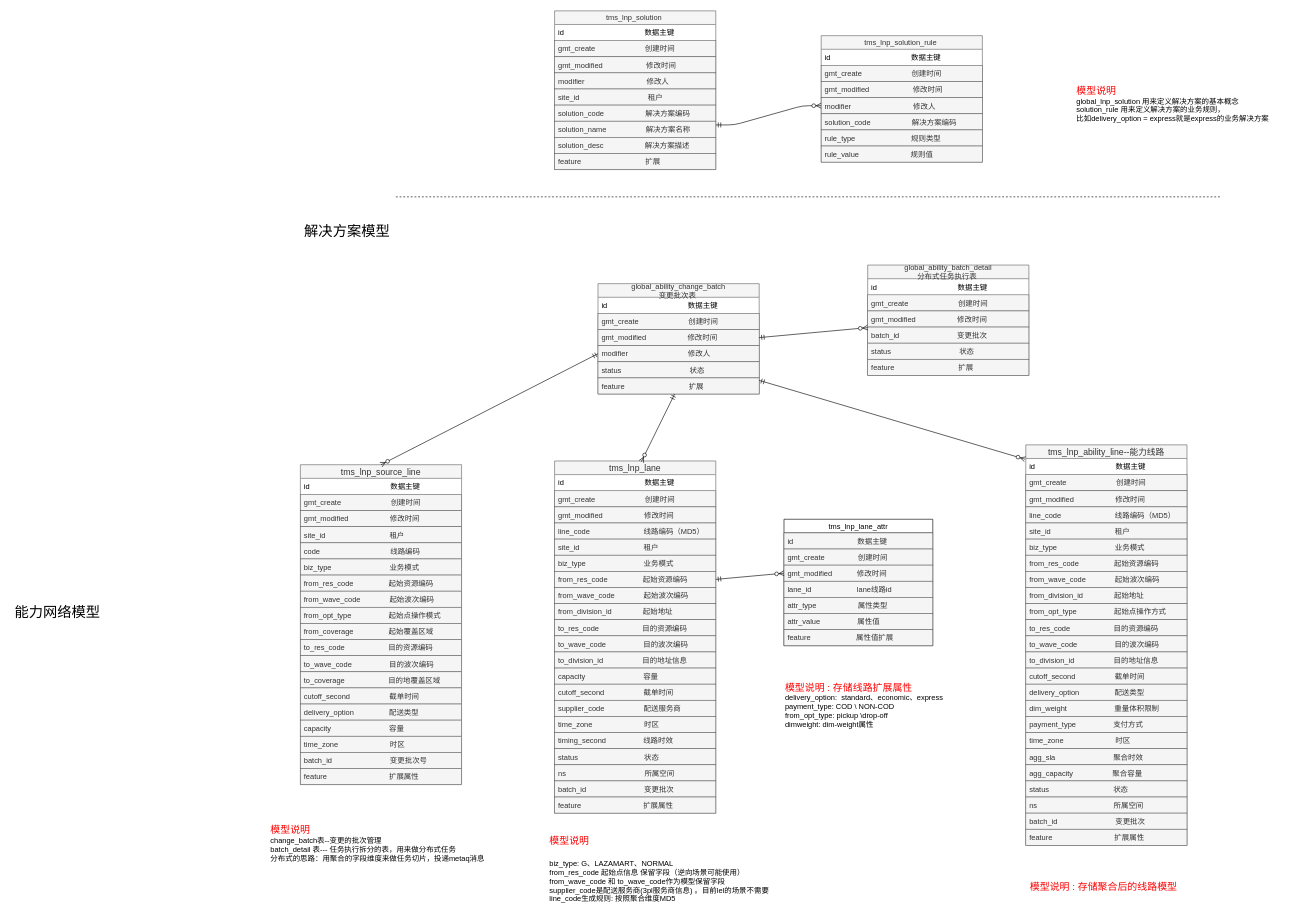
shaonianwu/cainiao keeps this draw.io diagram as lazada-能力层.drawio. Above is the earlier version. Source tidied: cells renumbered, new cells numbered last; positions are measured from the earlier drawing's top-left corner, leaving out a move shared by most shapes. Both pictures are drawn from the tidied source at 62%, with x=0, y=0 at pixel (11, 11).
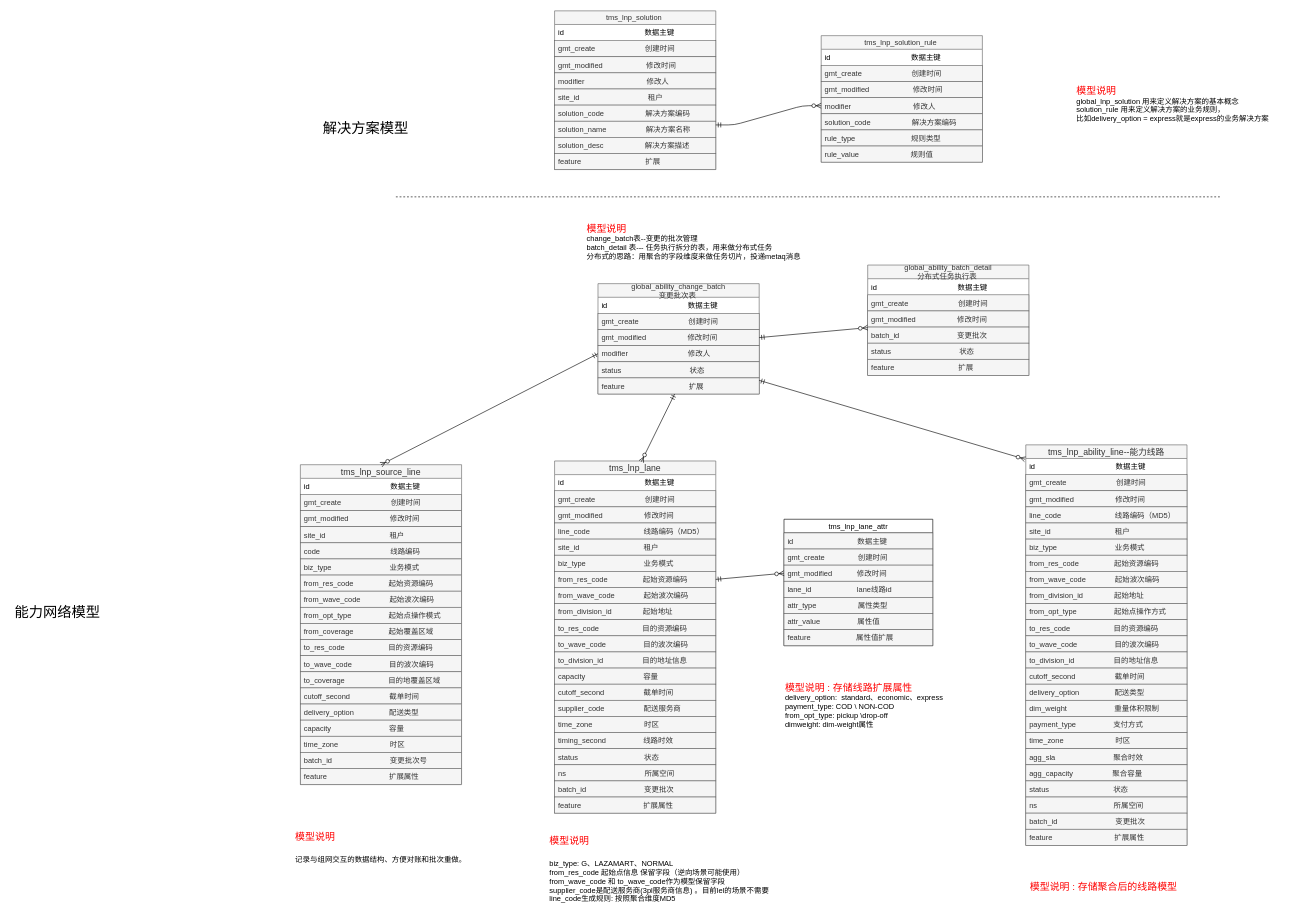
The same diagram, later.

What changed in the source:
```diff
@@
-    <mxCell id="50" value="&lt;div&gt;&lt;font style=&quot;font-size: 16px&quot; color=&quot;#ff0000&quot;&gt;模型说明&lt;/font&gt;&lt;/div&gt;&lt;div&gt;change_batch表--变更的批次管理&lt;/div&gt;&lt;div&gt;batch_detail 表--- 任务执行拆分的表，用来做分布式任务&lt;/div&gt;&lt;div&gt;分布式的思路：用聚合的字段维度来做任务切片，投递metaq消息&lt;/div&gt;&lt;div&gt;&lt;br&gt;&lt;/div&gt;" style="text;html=1;align=left;verticalAlign=middle;" parent="1" vertex="1">
-      <mxGeometry x="417" y="1310" width="360" height="80" as="geometry" />
-    </mxCell>
@@
     <mxCell id="71" value="&lt;font style=&quot;font-size: 23px&quot;&gt;解决方案模型&lt;/font&gt;" style="text;html=1;align=center;verticalAlign=middle;" parent="1" vertex="1">
-      <mxGeometry x="467" y="345" width="150" height="20" as="geometry" />
+      <mxGeometry x="497" y="180" width="150" height="20" as="geometry" />
     </mxCell>
@@
+    <mxCell id="50" value="&lt;div&gt;&lt;font style=&quot;font-size: 16px&quot; color=&quot;#ff0000&quot;&gt;模型说明&lt;/font&gt;&lt;/div&gt;&lt;div&gt;change_batch表--变更的批次管理&lt;/div&gt;&lt;div&gt;batch_detail 表--- 任务执行拆分的表，用来做分布式任务&lt;/div&gt;&lt;div&gt;分布式的思路：用聚合的字段维度来做任务切片，投递metaq消息&lt;/div&gt;&lt;div&gt;&lt;br&gt;&lt;/div&gt;" style="text;html=1;align=left;verticalAlign=middle;" parent="1" vertex="1">
+      <mxGeometry x="927" y="340" width="260" height="80" as="geometry" />
+    </mxCell>
+    <mxCell id="123" value="&lt;div&gt;&lt;font style=&quot;font-size: 16px&quot; color=&quot;#ff0000&quot;&gt;模型说明&lt;/font&gt;&lt;/div&gt;&lt;div&gt;&lt;font style=&quot;font-size: 16px&quot; color=&quot;#ff0000&quot;&gt;&lt;br&gt;&lt;/font&gt;&lt;/div&gt;&lt;div&gt;记录与组网交互的数据结构、方便对账和批次重做。&lt;/div&gt;" style="text;html=1;align=left;verticalAlign=middle;" parent="1" vertex="1">
+      <mxGeometry x="457" y="1324" width="290" height="50" as="geometry" />
+    </mxCell>
```
